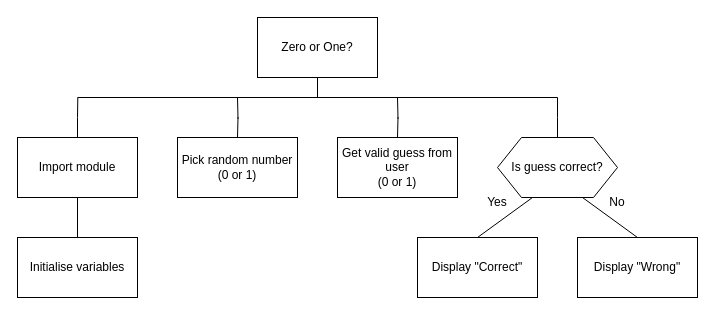
MrFriendCS/MrFriendCS.github.io keeps this draw.io diagram as page "sd1" (1 of 2) of n5-cs/sdd/N5-SDD-Coin-Flipper/assets/N5 SDD Coin Flipper.drawio. Above is the earlier version. Source tidied: cells renumbered, new cells numbered last; positions are measured from the earlier drawing's top-left corner, leaving out a move shared by most shapes. Both pictures are drawn from the tidied source at 100%, with x=0, y=0 at pixel (17, 17).
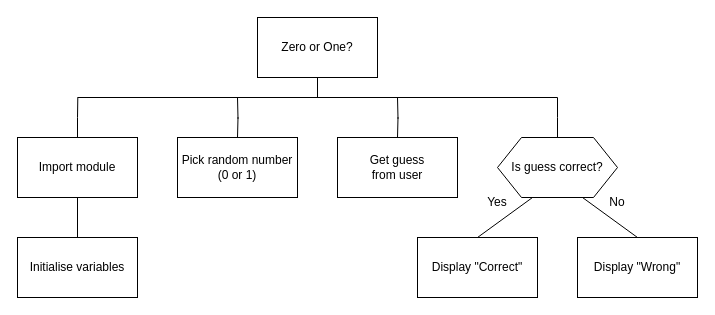
After the change.

Change to the diagram source:
```diff
@@
-    <mxCell id="11" value="Get valid guess from user&lt;br&gt;(0 or 1)" style="rounded=0;whiteSpace=wrap;html=1;" parent="1" vertex="1">
+    <mxCell id="11" value="Get guess&lt;div&gt;from user&lt;/div&gt;" style="rounded=0;whiteSpace=wrap;html=1;" parent="1" vertex="1">
       <mxGeometry x="320" y="120" width="120" height="60" as="geometry" />
     </mxCell>
```
